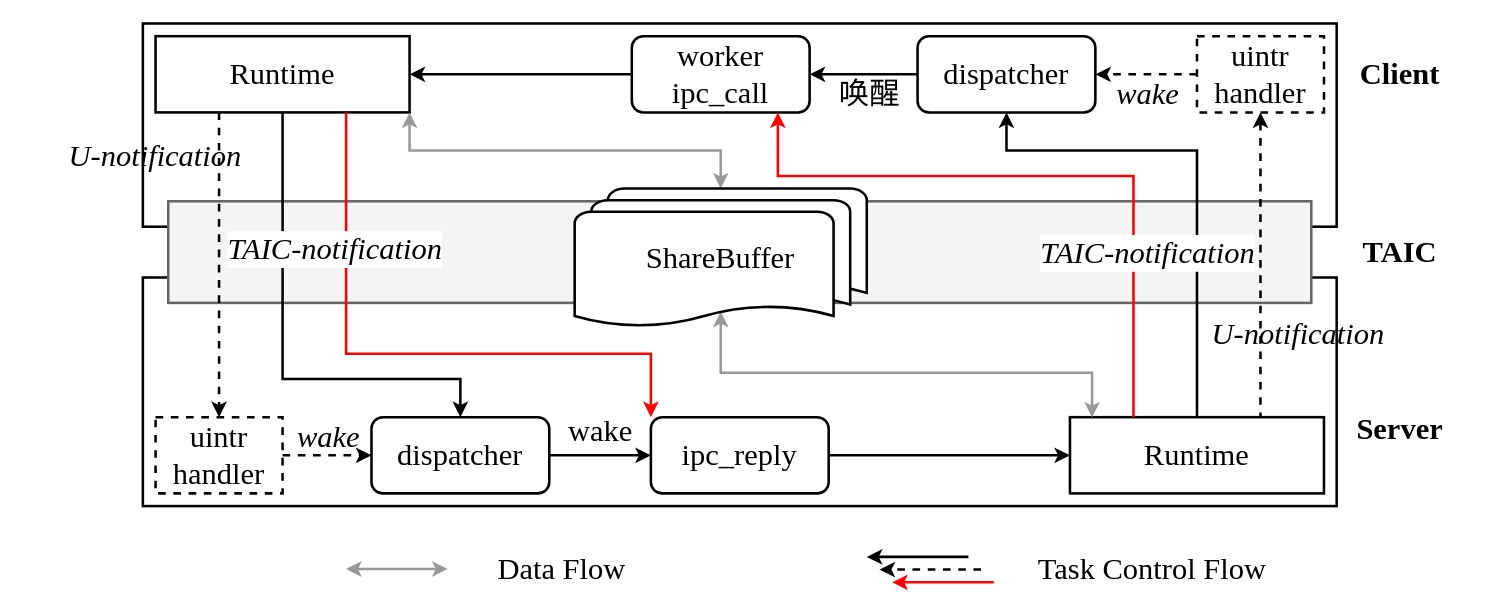
oscourse-tsinghua/openingreport-ldhai2023 keeps this draw.io diagram as images/async_ipc.drawio. Above is the earlier version. Source tidied: cells renumbered, new cells numbered last; positions are measured from the earlier drawing's top-left corner, leaving out a move shared by most shapes. Both pictures are drawn from the tidied source at 127%, with x=0, y=0 at pixel (53, 23).
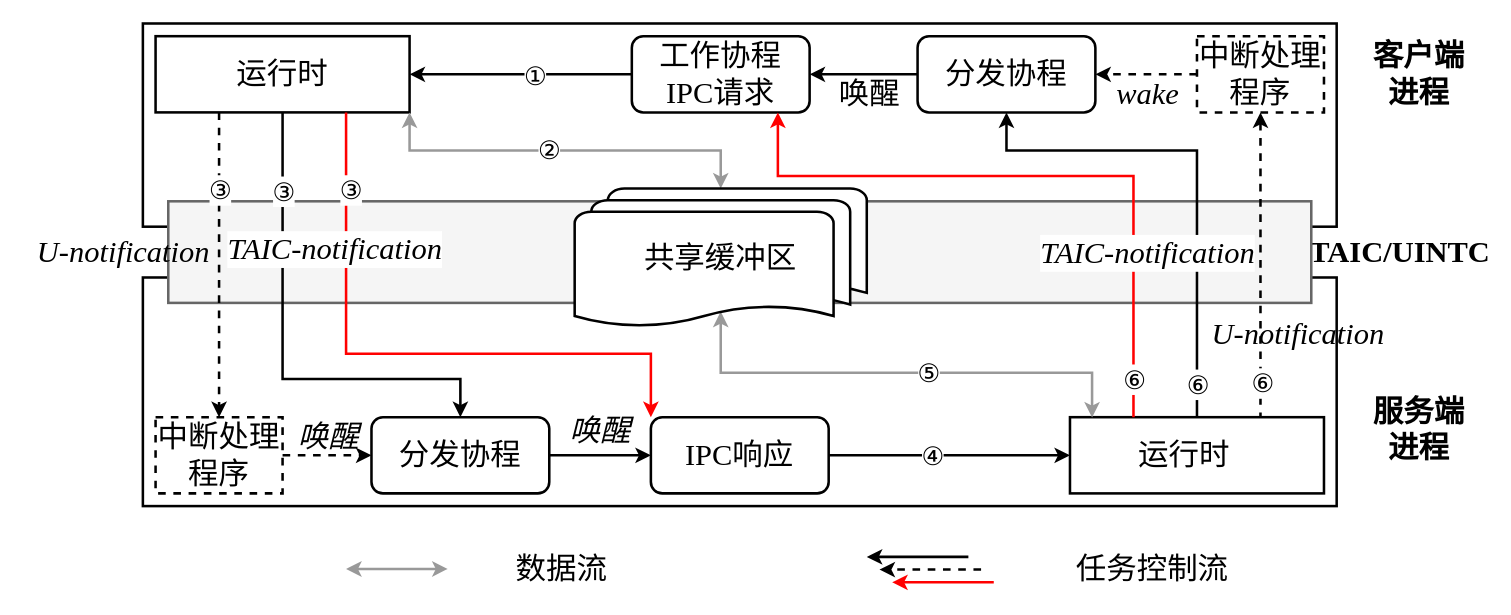
After the change.

The change refers to these unchanged cells:
```xml
<mxCell id="4" style="edgeStyle=orthogonalEdgeStyle;rounded=0;jettySize=auto;html=1;exitX=1;exitY=1;exitDx=0;exitDy=0;strokeWidth=2;strokeColor=#999999;startArrow=classic;startFill=1;" parent="1" edge="1" source="3" target="30">
  <mxGeometry relative="1" as="geometry" />
</mxCell>
<mxCell id="5" style="edgeStyle=orthogonalEdgeStyle;rounded=0;jettySize=auto;html=1;exitX=0;exitY=0.5;exitDx=0;exitDy=0;entryX=1;entryY=0.5;entryDx=0;entryDy=0;strokeWidth=2;" parent="1" edge="1" source="6" target="3">
  <mxGeometry relative="1" as="geometry" />
</mxCell>
<mxCell id="16" style="edgeStyle=orthogonalEdgeStyle;rounded=0;jettySize=auto;html=1;exitX=1;exitY=0.5;exitDx=0;exitDy=0;entryX=0;entryY=0.5;entryDx=0;entryDy=0;strokeWidth=2;" parent="1" edge="1" source="18" target="27">
  <mxGeometry relative="1" as="geometry" />
</mxCell>
<mxCell id="20" style="edgeStyle=orthogonalEdgeStyle;rounded=0;jettySize=auto;html=1;exitX=1;exitY=0.5;exitDx=0;exitDy=0;entryX=0;entryY=0.5;entryDx=0;entryDy=0;strokeWidth=2;dashed=1;" parent="1" edge="1" source="22" target="18">
  <mxGeometry relative="1" as="geometry" />
</mxCell>
<mxCell id="26" style="edgeStyle=orthogonalEdgeStyle;rounded=0;jettySize=auto;html=1;exitX=1;exitY=0.5;exitDx=0;exitDy=0;entryX=0;entryY=0.5;entryDx=0;entryDy=0;strokeWidth=2;" parent="1" edge="1" source="27" target="15">
  <mxGeometry relative="1" as="geometry" />
</mxCell>
<mxCell id="28" style="edgeStyle=orthogonalEdgeStyle;rounded=0;jettySize=auto;html=1;exitX=0.087;exitY=0.005;exitDx=0;exitDy=0;entryX=0.5;entryY=0.88;entryDx=0;entryDy=0;entryPerimeter=0;strokeWidth=2;strokeColor=#999999;startArrow=classic;startFill=1;exitPerimeter=0;" parent="1" edge="1" source="15" target="30">
  <mxGeometry relative="1" as="geometry" />
</mxCell>
<mxCell id="31" style="endArrow=classic;html=1;rounded=0;exitX=0.25;exitY=1;exitDx=0;exitDy=0;entryX=0.5;entryY=0;entryDx=0;entryDy=0;strokeWidth=2;dashed=1;" parent="1" edge="1" source="3" target="22">
  <mxGeometry relative="1" as="geometry" />
</mxCell>
<mxCell id="32" style="endArrow=none;html=1;rounded=0;exitX=0.5;exitY=1;exitDx=0;exitDy=0;strokeWidth=2;startArrow=classic;startFill=1;dashed=1;entryX=0.75;entryY=0;entryDx=0;entryDy=0;" parent="1" edge="1" source="13" target="15">
  <mxGeometry relative="1" as="geometry" />
</mxCell>
<mxCell id="34" style="edgeStyle=orthogonalEdgeStyle;rounded=0;jettySize=auto;html=1;strokeWidth=2;fillColor=#e51400;strokeColor=#FF0000;exitX=0.25;exitY=0;exitDx=0;exitDy=0;" parent="1" edge="1" source="15">
  <mxGeometry relative="1" as="geometry">
    <mxPoint x="570" y="70" as="targetPoint" />
    <Array as="points">
      <mxPoint x="850" y="120" />
      <mxPoint x="570" y="120" />
    </Array>
  </mxGeometry>
</mxCell>
<mxCell id="35" style="edgeStyle=orthogonalEdgeStyle;rounded=0;jettySize=auto;html=1;strokeWidth=2;fillColor=#d5e8d4;strokeColor=#FF0000;exitX=0.75;exitY=1;exitDx=0;exitDy=0;entryX=0;entryY=0;entryDx=0;entryDy=0;" parent="1" edge="1" source="3" target="27">
  <mxGeometry relative="1" as="geometry">
    <Array as="points">
      <mxPoint x="230" y="260" />
      <mxPoint x="470" y="260" />
    </Array>
  </mxGeometry>
</mxCell>
<mxCell id="36" style="edgeStyle=orthogonalEdgeStyle;rounded=0;jettySize=auto;html=1;entryX=0.5;entryY=0;entryDx=0;entryDy=0;strokeWidth=2;exitX=0.5;exitY=1;exitDx=0;exitDy=0;" parent="1" edge="1" source="3" target="18">
  <mxGeometry relative="1" as="geometry">
    <Array as="points">
      <mxPoint x="180" y="280" />
      <mxPoint x="320" y="280" />
    </Array>
  </mxGeometry>
</mxCell>
<mxCell id="38" style="edgeStyle=orthogonalEdgeStyle;rounded=0;jettySize=auto;html=1;exitX=0.5;exitY=0;exitDx=0;exitDy=0;entryX=0.5;entryY=1;entryDx=0;entryDy=0;strokeWidth=2;" parent="1" edge="1" source="15" target="9">
  <mxGeometry relative="1" as="geometry">
    <Array as="points">
      <mxPoint x="900" y="100" />
      <mxPoint x="750" y="100" />
    </Array>
  </mxGeometry>
</mxCell>
```

What changed in the source:
```diff
@@
+    <mxCell id="48" value="&lt;span style=&quot;text-align: start; text-wrap-mode: wrap; font-family: DengXian;&quot;&gt;&lt;font style=&quot;font-size: 20px;&quot;&gt;②&lt;/font&gt;&lt;/span&gt;&lt;span style=&quot;font-size: medium; text-align: start; text-wrap-mode: wrap;&quot;&gt;&lt;/span&gt;" style="edgeLabel;html=1;align=center;verticalAlign=middle;" parent="4" vertex="1">
+      <mxGeometry x="-0.09" y="2" relative="1" as="geometry" />
+    </mxCell>
@@
+    <mxCell id="49" value="&lt;span style=&quot;text-align: start; text-wrap-mode: wrap; font-family: DengXian;&quot;&gt;&lt;font style=&quot;font-size: 20px;&quot;&gt;①&lt;/font&gt;&lt;/span&gt;&lt;span style=&quot;font-size: medium; text-align: start; text-wrap-mode: wrap;&quot;&gt;&lt;/span&gt;" style="edgeLabel;html=1;align=center;verticalAlign=middle;" parent="5" vertex="1">
+      <mxGeometry x="-0.12" relative="1" as="geometry" />
+    </mxCell>
-    <mxCell id="6" value="&lt;font face=&quot;Times New Roman&quot; style=&quot;font-size: 24px;&quot;&gt;worker&lt;/font&gt;&lt;div&gt;&lt;span style=&quot;font-family: &amp;quot;Times New Roman&amp;quot;; background-color: transparent; color: light-dark(rgb(0, 0, 0), rgb(255, 255, 255));&quot;&gt;&lt;font style=&quot;font-size: 24px;&quot;&gt;ipc_call&lt;/font&gt;&lt;/span&gt;&lt;/div&gt;" style="rounded=1;whiteSpace=wrap;html=1;strokeWidth=2;fillColor=none;align=center;" parent="1" vertex="1">
+    <mxCell id="6" value="&lt;font face=&quot;宋体-简&quot;&gt;&lt;span style=&quot;font-size: 24px;&quot;&gt;工作协程&lt;/span&gt;&lt;br&gt;&lt;/font&gt;&lt;div&gt;&lt;span style=&quot;font-size: 24px;&quot;&gt;&lt;font face=&quot;Times New Roman&quot;&gt;IPC&lt;/font&gt;&lt;font face=&quot;宋体-简&quot;&gt;请求&lt;/font&gt;&lt;/span&gt;&lt;/div&gt;" style="rounded=1;whiteSpace=wrap;html=1;strokeWidth=2;fillColor=none;align=center;" parent="1" vertex="1">
       <mxGeometry x="455" y="10" width="140" height="60" as="geometry" />
     </mxCell>
@@
-    <mxCell id="9" value="&lt;font style=&quot;font-size: 24px;&quot; face=&quot;Times New Roman&quot;&gt;dispatcher&lt;/font&gt;" style="rounded=1;whiteSpace=wrap;html=1;strokeWidth=2;fillColor=none;align=center;" parent="1" vertex="1">
+    <mxCell id="9" value="&lt;font face=&quot;宋体-简&quot; style=&quot;font-size: 24px;&quot;&gt;分发协程&lt;/font&gt;" style="rounded=1;whiteSpace=wrap;html=1;strokeWidth=2;fillColor=none;align=center;" parent="1" vertex="1">
       <mxGeometry x="680" y="10" width="140" height="60" as="geometry" />
     </mxCell>
-    <mxCell id="10" value="&lt;font face=&quot;Times New Roman&quot; style=&quot;font-size: 24px;&quot;&gt;Runtime&lt;/font&gt;" style="text;html=1;align=center;verticalAlign=middle;whiteSpace=wrap;rounded=0;" parent="1" vertex="1">
-      <mxGeometry x="150" y="25" width="60" height="30" as="geometry" />
+    <mxCell id="10" value="&lt;font face=&quot;宋体-简&quot; style=&quot;font-size: 24px;&quot;&gt;运行时&lt;/font&gt;" style="text;html=1;align=center;verticalAlign=middle;whiteSpace=wrap;rounded=0;" parent="1" vertex="1">
+      <mxGeometry x="135" y="25" width="90" height="30" as="geometry" />
     </mxCell>
@@
-    <mxCell id="13" value="&lt;font face=&quot;Times New Roman&quot; style=&quot;font-size: 24px;&quot;&gt;uintr handler&lt;/font&gt;" style="rounded=0;whiteSpace=wrap;html=1;strokeWidth=2;fillColor=none;dashed=1;" parent="1" vertex="1">
+    <mxCell id="13" value="&lt;font face=&quot;宋体-简&quot; style=&quot;font-size: 24px;&quot;&gt;中断处理程序&lt;/font&gt;" style="rounded=0;whiteSpace=wrap;html=1;strokeWidth=2;fillColor=none;dashed=1;" parent="1" vertex="1">
       <mxGeometry x="900" y="10" width="100" height="60" as="geometry" />
     </mxCell>
@@
-    <mxCell id="17" value="&lt;font face=&quot;Times New Roman&quot; style=&quot;font-size: 24px;&quot;&gt;wake&lt;/font&gt;" style="edgeLabel;html=1;align=center;verticalAlign=middle;labelBackgroundColor=none;" parent="16" vertex="1">
+    <mxCell id="17" value="&lt;font face=&quot;宋体-简&quot; style=&quot;font-size: 24px;&quot;&gt;&lt;i&gt;唤醒&lt;/i&gt;&lt;/font&gt;" style="edgeLabel;html=1;align=center;verticalAlign=middle;labelBackgroundColor=none;" parent="16" vertex="1">
       <mxGeometry x="0.13" y="2" relative="1" as="geometry">
         <mxPoint x="-6" y="-18" as="offset" />
       </mxGeometry>
     </mxCell>
-    <mxCell id="18" value="&lt;font face=&quot;Times New Roman&quot;&gt;&lt;span style=&quot;font-size: 24px;&quot;&gt;dispatcher&lt;/span&gt;&lt;/font&gt;" style="rounded=1;whiteSpace=wrap;html=1;strokeWidth=2;fillColor=none;align=center;" parent="1" vertex="1">
+    <mxCell id="18" value="&lt;span style=&quot;font-size: 24px;&quot;&gt;&lt;font face=&quot;宋体-简&quot;&gt;分发协程&lt;/font&gt;&lt;/span&gt;" style="rounded=1;whiteSpace=wrap;html=1;strokeWidth=2;fillColor=none;align=center;" parent="1" vertex="1">
       <mxGeometry x="250" y="310" width="140" height="60" as="geometry" />
     </mxCell>
-    <mxCell id="19" value="&lt;span style=&quot;font-size: 24px;&quot;&gt;&lt;font face=&quot;Times New Roman&quot;&gt;Runtime&lt;/font&gt;&lt;/span&gt;" style="text;html=1;align=center;verticalAlign=middle;whiteSpace=wrap;rounded=0;" parent="1" vertex="1">
-      <mxGeometry x="870" y="325" width="60" height="30" as="geometry" />
+    <mxCell id="19" value="&lt;span style=&quot;font-size: 24px;&quot;&gt;&lt;font face=&quot;宋体-简&quot;&gt;运行时&lt;/font&gt;&lt;/span&gt;" style="text;html=1;align=center;verticalAlign=middle;whiteSpace=wrap;rounded=0;" parent="1" vertex="1">
+      <mxGeometry x="850" y="325" width="80" height="30" as="geometry" />
     </mxCell>
@@
-    <mxCell id="21" value="&lt;font face=&quot;Times New Roman&quot; style=&quot;font-size: 24px;&quot;&gt;&lt;i&gt;wake&lt;/i&gt;&lt;/font&gt;" style="edgeLabel;html=1;align=center;verticalAlign=middle;labelBackgroundColor=none;" parent="20" vertex="1">
+    <mxCell id="21" value="&lt;font face=&quot;宋体-简&quot; style=&quot;font-size: 24px;&quot;&gt;&lt;i style=&quot;&quot;&gt;唤醒&lt;/i&gt;&lt;/font&gt;" style="edgeLabel;html=1;align=center;verticalAlign=middle;labelBackgroundColor=none;" parent="20" vertex="1">
       <mxGeometry y="-1" relative="1" as="geometry">
         <mxPoint y="-16" as="offset" />
       </mxGeometry>
     </mxCell>
-    <mxCell id="22" value="&lt;font face=&quot;Times New Roman&quot;&gt;&lt;span style=&quot;font-size: 24px;&quot;&gt;uintr&lt;/span&gt;&lt;/font&gt;&lt;div&gt;&lt;font face=&quot;Times New Roman&quot;&gt;&lt;span style=&quot;font-size: 24px;&quot;&gt;handler&lt;/span&gt;&lt;/font&gt;&lt;/div&gt;" style="rounded=0;whiteSpace=wrap;html=1;strokeWidth=2;fillColor=none;dashed=1;" parent="1" vertex="1">
+    <mxCell id="22" value="&lt;span style=&quot;font-size: 24px;&quot;&gt;&lt;font face=&quot;宋体-简&quot;&gt;中断处理程序&lt;/font&gt;&lt;/span&gt;" style="rounded=0;whiteSpace=wrap;html=1;strokeWidth=2;fillColor=none;dashed=1;" parent="1" vertex="1">
       <mxGeometry x="80" y="310" width="100" height="60" as="geometry" />
     </mxCell>
-    <mxCell id="23" value="&lt;span style=&quot;font-size: 24px;&quot;&gt;&lt;font face=&quot;Times New Roman&quot;&gt;&lt;b&gt;Client&lt;/b&gt;&lt;/font&gt;&lt;/span&gt;" style="text;html=1;align=center;verticalAlign=middle;whiteSpace=wrap;rounded=0;" parent="1" vertex="1">
-      <mxGeometry x="1030" y="25" width="60" height="30" as="geometry" />
+    <mxCell id="23" value="&lt;span style=&quot;font-size: 24px;&quot;&gt;&lt;font face=&quot;Times New Roman&quot;&gt;&lt;b&gt;客户端进程&lt;/b&gt;&lt;/font&gt;&lt;/span&gt;" style="text;html=1;align=center;verticalAlign=middle;whiteSpace=wrap;rounded=0;" parent="1" vertex="1">
+      <mxGeometry x="1030" y="25" width="90" height="30" as="geometry" />
     </mxCell>
-    <mxCell id="24" value="&lt;span style=&quot;font-size: 24px;&quot;&gt;&lt;font face=&quot;Times New Roman&quot;&gt;&lt;b&gt;Server&lt;/b&gt;&lt;/font&gt;&lt;/span&gt;" style="text;html=1;align=center;verticalAlign=middle;whiteSpace=wrap;rounded=0;" parent="1" vertex="1">
-      <mxGeometry x="1030" y="305" width="60" height="30" as="geometry" />
+    <mxCell id="24" value="&lt;span style=&quot;font-size: 24px;&quot;&gt;&lt;font face=&quot;Times New Roman&quot;&gt;&lt;b&gt;服务端进程&lt;/b&gt;&lt;/font&gt;&lt;/span&gt;" style="text;html=1;align=center;verticalAlign=middle;whiteSpace=wrap;rounded=0;" parent="1" vertex="1">
+      <mxGeometry x="1030" y="305" width="90" height="30" as="geometry" />
     </mxCell>
-    <mxCell id="25" value="&lt;span style=&quot;font-size: 24px;&quot;&gt;&lt;font face=&quot;Times New Roman&quot;&gt;&lt;b&gt;TAIC&lt;/b&gt;&lt;/font&gt;&lt;/span&gt;" style="text;html=1;align=center;verticalAlign=middle;whiteSpace=wrap;rounded=0;" parent="1" vertex="1">
+    <mxCell id="25" value="&lt;span style=&quot;font-size: 24px;&quot;&gt;&lt;font face=&quot;Times New Roman&quot;&gt;&lt;b&gt;TAIC/UINTC&lt;/b&gt;&lt;/font&gt;&lt;/span&gt;" style="text;html=1;align=center;verticalAlign=middle;whiteSpace=wrap;rounded=0;" parent="1" vertex="1">
       <mxGeometry x="1030" y="165" width="60" height="30" as="geometry" />
     </mxCell>
@@
+    <mxCell id="50" value="&lt;span style=&quot;text-align: start; text-wrap-mode: wrap; font-family: DengXian;&quot;&gt;&lt;font style=&quot;font-size: 20px;&quot;&gt;④&lt;/font&gt;&lt;/span&gt;&lt;span style=&quot;font-size: medium; text-align: start; text-wrap-mode: wrap;&quot;&gt;&lt;/span&gt;" style="edgeLabel;html=1;align=center;verticalAlign=middle;" parent="26" vertex="1">
+      <mxGeometry x="-0.15" y="1" relative="1" as="geometry" />
+    </mxCell>
-    <mxCell id="27" value="&lt;font face=&quot;Times New Roman&quot;&gt;&lt;span style=&quot;font-size: 24px;&quot;&gt;ipc_reply&lt;/span&gt;&lt;/font&gt;" style="rounded=1;whiteSpace=wrap;html=1;strokeWidth=2;fillColor=none;align=center;" parent="1" vertex="1">
+    <mxCell id="27" value="&lt;span style=&quot;font-size: 24px;&quot;&gt;&lt;font face=&quot;Times New Roman&quot;&gt;IPC&lt;/font&gt;&lt;font face=&quot;宋体-简&quot;&gt;响应&lt;/font&gt;&lt;/span&gt;" style="rounded=1;whiteSpace=wrap;html=1;strokeWidth=2;fillColor=none;align=center;" parent="1" vertex="1">
       <mxGeometry x="470" y="310" width="140" height="60" as="geometry" />
     </mxCell>
@@
+    <mxCell id="51" value="&lt;span style=&quot;text-align: start; text-wrap-mode: wrap; font-family: DengXian;&quot;&gt;&lt;font style=&quot;font-size: 20px;&quot;&gt;⑤&lt;/font&gt;&lt;/span&gt;&lt;span style=&quot;font-size: medium; text-align: start; text-wrap-mode: wrap;&quot;&gt;&lt;/span&gt;" style="edgeLabel;html=1;align=center;verticalAlign=middle;" parent="28" vertex="1">
+      <mxGeometry x="-0.13" y="-1" relative="1" as="geometry" />
+    </mxCell>
@@
-    <mxCell id="30" value="&lt;font face=&quot;Times New Roman&quot; style=&quot;font-size: 24px;&quot;&gt;ShareBuffer&lt;/font&gt;" style="strokeWidth=2;html=1;shape=mxgraph.flowchart.multi-document;whiteSpace=wrap;" parent="1" vertex="1">
+    <mxCell id="30" value="&lt;span style=&quot;font-size: 24px;&quot;&gt;&lt;font face=&quot;宋体-简&quot;&gt;共享缓冲区&lt;/font&gt;&lt;/span&gt;" style="strokeWidth=2;html=1;shape=mxgraph.flowchart.multi-document;whiteSpace=wrap;" parent="1" vertex="1">
       <mxGeometry x="410" y="130" width="230" height="110" as="geometry" />
     </mxCell>
@@
+    <mxCell id="52" value="&lt;span style=&quot;text-align: start; text-wrap-mode: wrap; font-family: DengXian;&quot;&gt;&lt;font style=&quot;font-size: 20px;&quot;&gt;③&lt;/font&gt;&lt;/span&gt;&lt;span style=&quot;font-size: medium; text-align: start; text-wrap-mode: wrap;&quot;&gt;&lt;/span&gt;" style="edgeLabel;html=1;align=center;verticalAlign=middle;" parent="31" vertex="1">
+      <mxGeometry x="-0.5" y="1" relative="1" as="geometry">
+        <mxPoint x="-1" as="offset" />
+      </mxGeometry>
+    </mxCell>
@@
+    <mxCell id="53" value="&lt;span style=&quot;text-align: start; text-wrap-mode: wrap; font-family: DengXian;&quot;&gt;&lt;font style=&quot;font-size: 20px;&quot;&gt;⑥&lt;/font&gt;&lt;/span&gt;&lt;span style=&quot;font-size: medium; text-align: start; text-wrap-mode: wrap;&quot;&gt;&lt;/span&gt;" style="edgeLabel;html=1;align=center;verticalAlign=middle;" parent="32" vertex="1">
+      <mxGeometry x="0.77" y="1" relative="1" as="geometry" />
+    </mxCell>
@@
+    <mxCell id="54" value="&lt;span style=&quot;text-align: start; text-wrap-mode: wrap; font-family: DengXian;&quot;&gt;&lt;font style=&quot;font-size: 20px;&quot;&gt;⑥&lt;/font&gt;&lt;/span&gt;&lt;span style=&quot;font-size: medium; text-align: start; text-wrap-mode: wrap;&quot;&gt;&lt;/span&gt;" style="edgeLabel;html=1;align=center;verticalAlign=middle;" parent="34" vertex="1">
+      <mxGeometry x="-0.88" relative="1" as="geometry" />
+    </mxCell>
@@
+    <mxCell id="55" value="&lt;span style=&quot;text-align: start; text-wrap-mode: wrap; font-family: DengXian;&quot;&gt;&lt;font style=&quot;font-size: 20px;&quot;&gt;③&lt;/font&gt;&lt;/span&gt;&lt;span style=&quot;font-size: medium; text-align: start; text-wrap-mode: wrap;&quot;&gt;&lt;/span&gt;" style="edgeLabel;html=1;align=center;verticalAlign=middle;" parent="35" vertex="1">
+      <mxGeometry x="-0.75" y="3" relative="1" as="geometry" />
+    </mxCell>
@@
+    <mxCell id="56" value="&lt;span style=&quot;text-align: start; text-wrap-mode: wrap; font-family: DengXian;&quot;&gt;&lt;font style=&quot;font-size: 20px;&quot;&gt;③&lt;/font&gt;&lt;/span&gt;&lt;span style=&quot;font-size: medium; text-align: start; text-wrap-mode: wrap;&quot;&gt;&lt;/span&gt;" style="edgeLabel;html=1;align=center;verticalAlign=middle;" parent="36" vertex="1">
+      <mxGeometry x="-0.68" relative="1" as="geometry" />
+    </mxCell>
@@
+    <mxCell id="57" value="&lt;span style=&quot;text-align: start; text-wrap-mode: wrap; font-family: DengXian;&quot;&gt;&lt;font style=&quot;font-size: 20px;&quot;&gt;⑥&lt;/font&gt;&lt;/span&gt;&lt;span style=&quot;font-size: medium; text-align: start; text-wrap-mode: wrap;&quot;&gt;&lt;/span&gt;" style="edgeLabel;html=1;align=center;verticalAlign=middle;" parent="38" vertex="1">
+      <mxGeometry x="-0.86" relative="1" as="geometry" />
+    </mxCell>
@@
-    <mxCell id="44" value="&lt;font face=&quot;Times New Roman&quot; style=&quot;font-size: 24px;&quot;&gt;Data Flow&lt;/font&gt;" style="text;html=1;align=center;verticalAlign=middle;whiteSpace=wrap;rounded=0;" parent="1" vertex="1">
+    <mxCell id="44" value="&lt;font face=&quot;宋体-简&quot; style=&quot;font-size: 24px;&quot;&gt;数据流&lt;/font&gt;" style="text;html=1;align=center;verticalAlign=middle;whiteSpace=wrap;rounded=0;" parent="1" vertex="1">
       <mxGeometry x="330" y="415" width="140" height="30" as="geometry" />
     </mxCell>
-    <mxCell id="45" value="&lt;font face=&quot;Times New Roman&quot; style=&quot;font-size: 24px;&quot;&gt;Task Control Flow&lt;/font&gt;" style="text;html=1;align=center;verticalAlign=middle;whiteSpace=wrap;rounded=0;" parent="1" vertex="1">
+    <mxCell id="45" value="&lt;font face=&quot;宋体-简&quot; style=&quot;font-size: 24px;&quot;&gt;任务控制流&lt;/font&gt;" style="text;html=1;align=center;verticalAlign=middle;whiteSpace=wrap;rounded=0;" parent="1" vertex="1">
       <mxGeometry x="760" y="415" width="210" height="30" as="geometry" />
     </mxCell>
     <mxCell id="46" value="&lt;font style=&quot;font-size: 24px;&quot; face=&quot;Times New Roman&quot;&gt;&lt;i&gt;U-notification&lt;/i&gt;&lt;/font&gt;" style="text;html=1;align=center;verticalAlign=middle;whiteSpace=wrap;rounded=0;" parent="1" vertex="1">
-      <mxGeometry y="90" width="160" height="30" as="geometry" />
+      <mxGeometry x="-25" y="165" width="160" height="30" as="geometry" />
     </mxCell>
```
